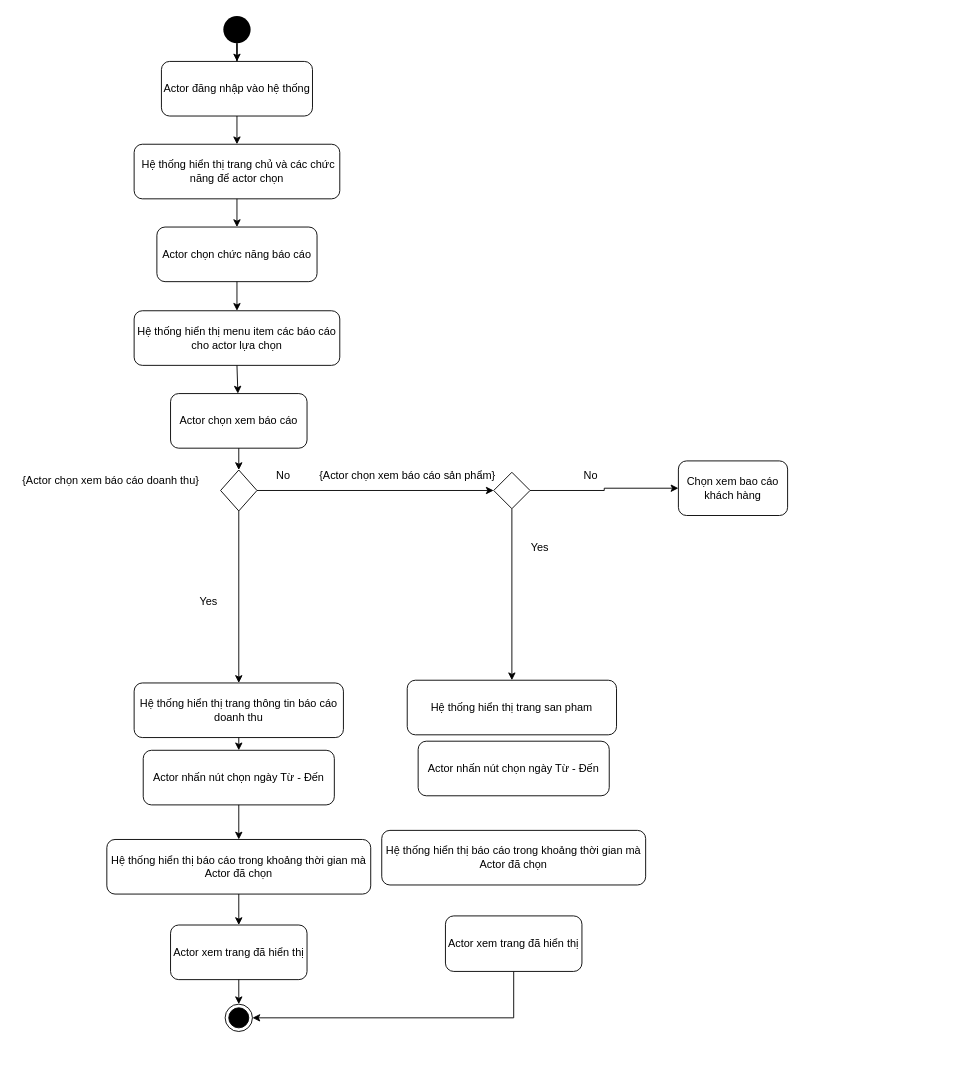
Before: Phân tích/Activity/Báo cáo.drawio in CNPM-Team-1/CNPM, a draw.io diagram. Source tidied: cells renumbered, new cells numbered last; positions are measured from the earlier drawing's top-left corner, leaving out a move shared by most shapes. Both pictures are drawn from the tidied source at 91%, with x=0, y=0 at pixel (15, 15).
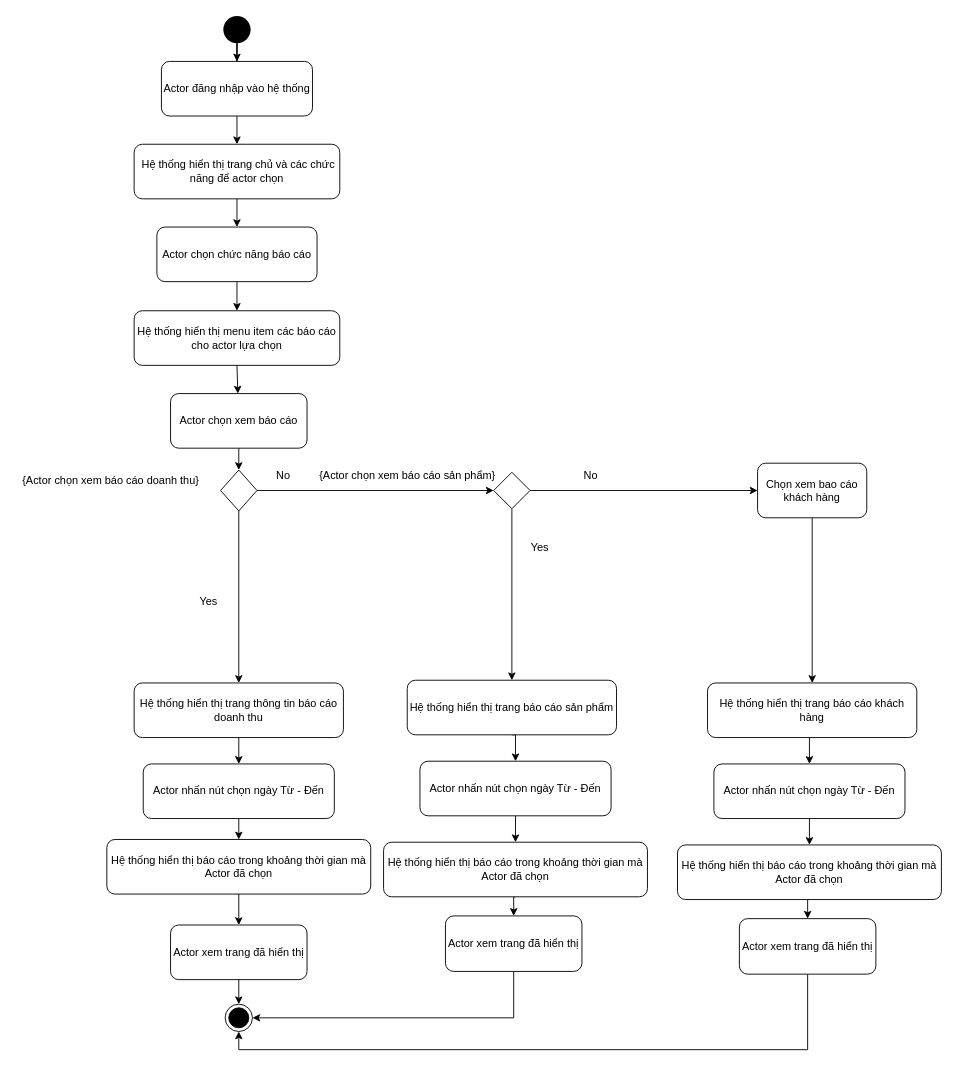
Above is the later version.

Unchanged cells that the change refers to:
```xml
<mxCell id="4" style="ellipse;html=1;shape=endState;fillColor=#000000;strokeColor=#000000;" parent="1" vertex="1">
  <mxGeometry x="229.9" y="1086" width="30" height="30" as="geometry" />
</mxCell>
<mxCell id="36" value="Actor xem trang đã hiển thị" style="rounded=1;whiteSpace=wrap;html=1;" parent="1" vertex="1">
  <mxGeometry x="472" y="989" width="150" height="61" as="geometry" />
</mxCell>
```

Diff of the diagram source:
```diff
@@
+    <mxCell id="41" style="edgeStyle=orthogonalEdgeStyle;rounded=0;jettySize=auto;html=1;exitX=0.5;exitY=1;exitDx=0;exitDy=0;" parent="1" edge="1" source="16" target="52">
+      <mxGeometry relative="1" as="geometry" />
+    </mxCell>
     <mxCell id="16" value="Chọn xem bao cáo khách hàng" style="rounded=1;whiteSpace=wrap;html=1;" parent="1" vertex="1">
-      <mxGeometry x="728" y="489" width="120" height="60" as="geometry" />
+      <mxGeometry x="815" y="491.5" width="120" height="60" as="geometry" />
     </mxCell>
@@
     <mxCell id="24" value="Actor nhấn nút chọn ngày Từ - Đến" style="rounded=1;whiteSpace=wrap;html=1;" parent="1" vertex="1">
-      <mxGeometry x="139.9" y="807" width="210" height="60" as="geometry" />
+      <mxGeometry x="139.9" y="822" width="210" height="60" as="geometry" />
     </mxCell>
@@
+    <mxCell id="42" style="edgeStyle=orthogonalEdgeStyle;rounded=0;jettySize=auto;html=1;exitX=0.5;exitY=1;exitDx=0;exitDy=0;entryX=0.5;entryY=0;entryDx=0;entryDy=0;" parent="1" edge="1" source="37" target="38">
+      <mxGeometry relative="1" as="geometry" />
+    </mxCell>
     <mxCell id="37" value="Actor nhấn nút chọn ngày Từ - Đến" style="rounded=1;whiteSpace=wrap;html=1;" parent="1" vertex="1">
-      <mxGeometry x="442" y="797" width="210" height="60" as="geometry" />
+      <mxGeometry x="444" y="819" width="210" height="60" as="geometry" />
     </mxCell>
+    <mxCell id="43" style="edgeStyle=orthogonalEdgeStyle;rounded=0;jettySize=auto;html=1;exitX=0.5;exitY=1;exitDx=0;exitDy=0;entryX=0.5;entryY=0;entryDx=0;entryDy=0;" parent="1" edge="1" source="38" target="36">
+      <mxGeometry relative="1" as="geometry" />
+    </mxCell>
     <mxCell id="38" value="Hệ thống hiển thị báo cáo trong khoảng thời gian mà Actor đã chọn" style="rounded=1;whiteSpace=wrap;html=1;" parent="1" vertex="1">
-      <mxGeometry x="402" y="895" width="290" height="60" as="geometry" />
+      <mxGeometry x="404" y="908" width="290" height="60" as="geometry" />
     </mxCell>
+    <mxCell id="44" style="edgeStyle=orthogonalEdgeStyle;rounded=0;jettySize=auto;html=1;exitX=0.5;exitY=1;exitDx=0;exitDy=0;entryX=0.5;entryY=0;entryDx=0;entryDy=0;" parent="1" edge="1" source="39" target="37">
+      <mxGeometry relative="1" as="geometry" />
+    </mxCell>
-    <mxCell id="39" value="Hệ thống hiển thị trang san pham" style="rounded=1;whiteSpace=wrap;html=1;" parent="1" vertex="1">
+    <mxCell id="39" value="Hệ thống hiển thị trang báo cáo sản phẩm" style="rounded=1;whiteSpace=wrap;html=1;" parent="1" vertex="1">
       <mxGeometry x="430" y="730" width="230" height="60" as="geometry" />
     </mxCell>
@@
+    <mxCell id="45" style="edgeStyle=orthogonalEdgeStyle;rounded=0;jettySize=auto;html=1;exitX=0.5;exitY=1;exitDx=0;exitDy=0;entryX=0.5;entryY=1;entryDx=0;entryDy=0;" parent="1" edge="1" source="46" target="4">
+      <mxGeometry relative="1" as="geometry" />
+    </mxCell>
+    <mxCell id="46" value="Actor xem trang đã hiển thị" style="rounded=1;whiteSpace=wrap;html=1;" parent="1" vertex="1">
+      <mxGeometry x="795" y="992" width="150" height="61" as="geometry" />
+    </mxCell>
+    <mxCell id="47" style="edgeStyle=orthogonalEdgeStyle;rounded=0;jettySize=auto;html=1;exitX=0.5;exitY=1;exitDx=0;exitDy=0;entryX=0.5;entryY=0;entryDx=0;entryDy=0;" parent="1" edge="1" source="48" target="50">
+      <mxGeometry relative="1" as="geometry" />
+    </mxCell>
+    <mxCell id="48" value="Actor nhấn nút chọn ngày Từ - Đến" style="rounded=1;whiteSpace=wrap;html=1;" parent="1" vertex="1">
+      <mxGeometry x="767" y="822" width="210" height="60" as="geometry" />
+    </mxCell>
+    <mxCell id="49" style="edgeStyle=orthogonalEdgeStyle;rounded=0;jettySize=auto;html=1;exitX=0.5;exitY=1;exitDx=0;exitDy=0;entryX=0.5;entryY=0;entryDx=0;entryDy=0;" parent="1" edge="1" source="50" target="46">
+      <mxGeometry relative="1" as="geometry" />
+    </mxCell>
+    <mxCell id="50" value="Hệ thống hiển thị báo cáo trong khoảng thời gian mà Actor đã chọn" style="rounded=1;whiteSpace=wrap;html=1;" parent="1" vertex="1">
+      <mxGeometry x="727" y="911" width="290" height="60" as="geometry" />
+    </mxCell>
+    <mxCell id="51" style="edgeStyle=orthogonalEdgeStyle;rounded=0;jettySize=auto;html=1;exitX=0.5;exitY=1;exitDx=0;exitDy=0;entryX=0.5;entryY=0;entryDx=0;entryDy=0;" parent="1" edge="1" source="52" target="48">
+      <mxGeometry relative="1" as="geometry" />
+    </mxCell>
+    <mxCell id="52" value="Hệ thống hiển thị trang báo cáo khách hàng" style="rounded=1;whiteSpace=wrap;html=1;" parent="1" vertex="1">
+      <mxGeometry x="760" y="733" width="230" height="60" as="geometry" />
+    </mxCell>
```
